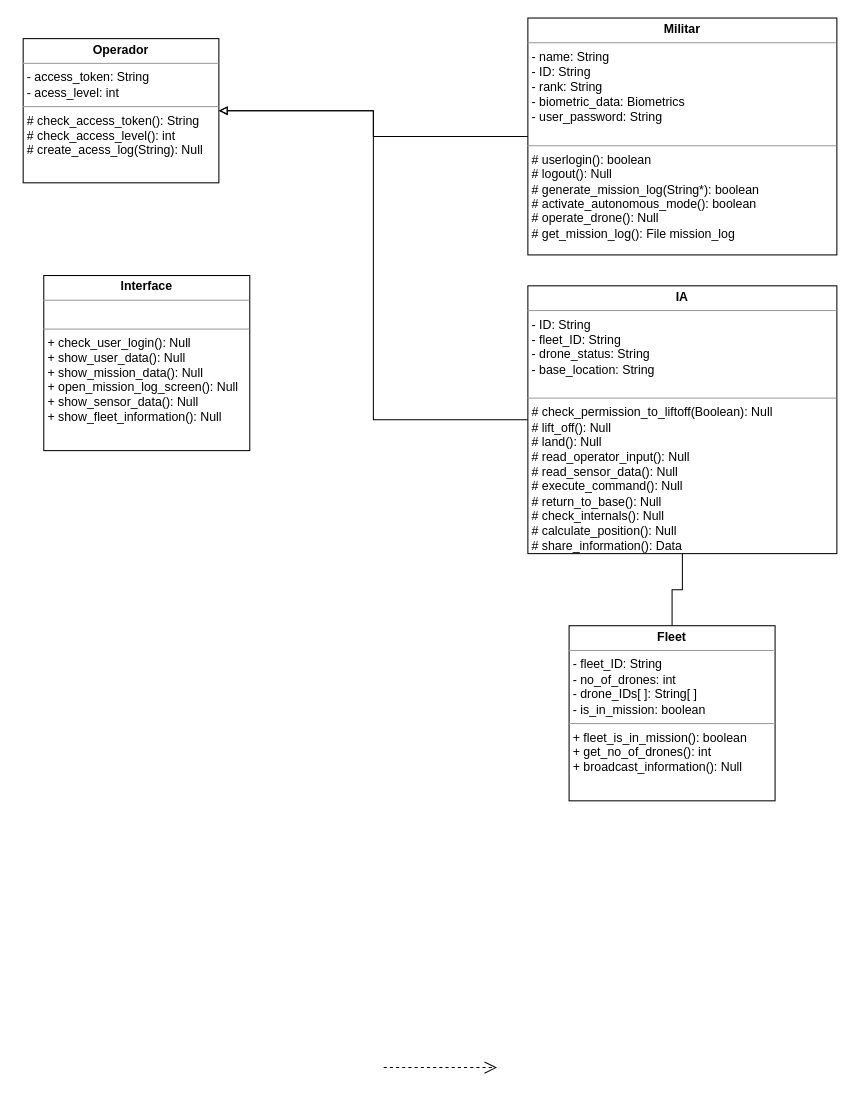
Above: docs/imgs/diagClasses.drawio in GrupoMicroondas/UML-Classroom-FCI (draw.io), before the change. Source tidied: cells renumbered, new cells numbered last; positions are measured from the earlier drawing's top-left corner, leaving out a move shared by most shapes. Both pictures are drawn from the tidied source at 103%, with x=0, y=0 at pixel (23, 18).
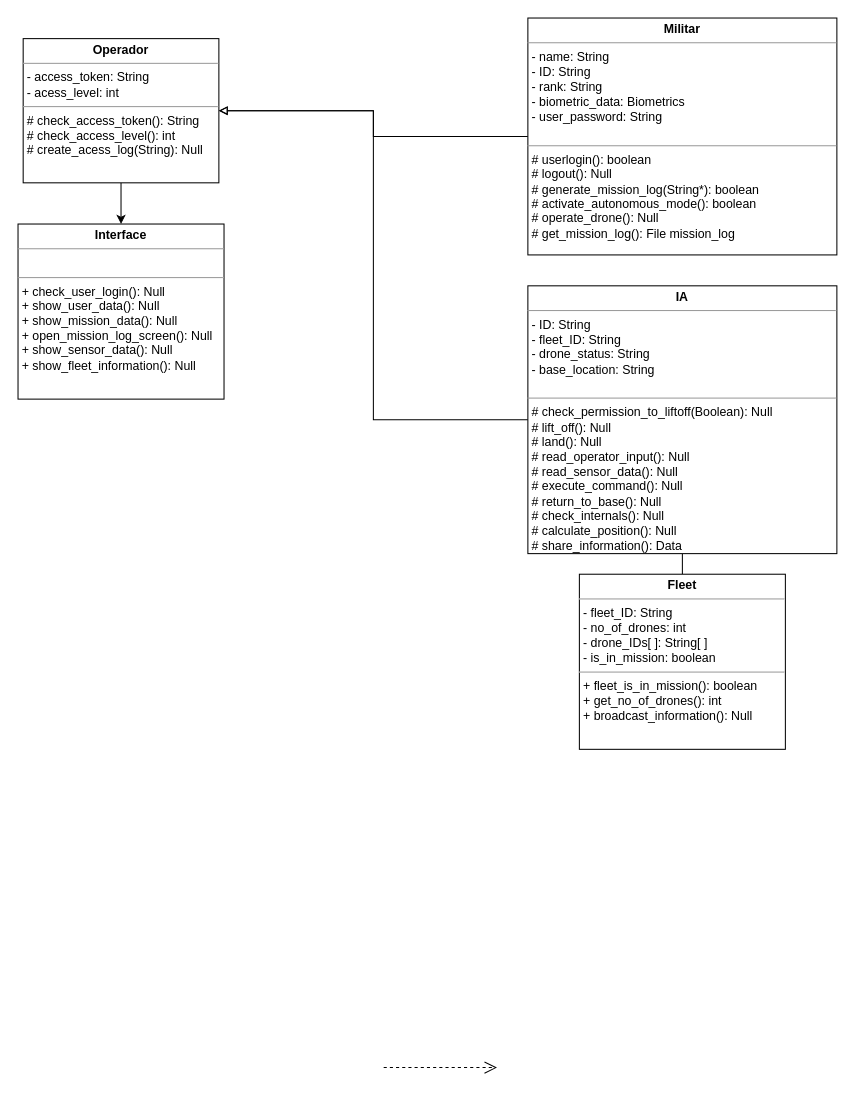
After the change.

Diff of the diagram source:
```diff
@@
 <mxGraphModel>
   <root>
     <mxCell id="0" />
     <mxCell id="1" parent="0" />
     <mxCell id="2" style="edgeStyle=orthogonalEdgeStyle;rounded=0;html=1;dashed=1;labelBackgroundColor=none;startFill=0;endArrow=open;endFill=0;endSize=10;fontFamily=Verdana;fontSize=10;" parent="1" edge="1">
       <mxGeometry relative="1" as="geometry">
         <mxPoint x="350" y="1019" as="sourcePoint" />
         <mxPoint x="460" y="1019" as="targetPoint" />
         <Array as="points">
           <mxPoint x="380" y="1019" />
           <mxPoint x="380" y="1019" />
         </Array>
       </mxGeometry>
     </mxCell>
+    <mxCell id="11" style="edgeStyle=orthogonalEdgeStyle;rounded=0;jettySize=auto;html=1;exitX=0.5;exitY=1;exitDx=0;exitDy=0;" parent="1" edge="1" source="3" target="9">
+      <mxGeometry relative="1" as="geometry" />
+    </mxCell>
     <mxCell id="3" value="&lt;p style=&quot;margin:0px;margin-top:4px;text-align:center;&quot;&gt;&lt;b&gt;Operador&lt;/b&gt;&lt;/p&gt;&lt;hr size=&quot;1&quot;&gt;&lt;p style=&quot;margin:0px;margin-left:4px;&quot;&gt;- access_token: String&lt;br&gt;- acess_level: int&lt;/p&gt;&lt;hr size=&quot;1&quot;&gt;&lt;p style=&quot;margin:0px;margin-left:4px;&quot;&gt;# check_access_token(): String&lt;/p&gt;&lt;p style=&quot;margin:0px;margin-left:4px;&quot;&gt;# check_access_level(): int&lt;/p&gt;&lt;p style=&quot;margin:0px;margin-left:4px;&quot;&gt;# create_acess_log(String): Null&lt;/p&gt;" style="verticalAlign=top;align=left;overflow=fill;fontSize=12;fontFamily=Helvetica;html=1;rounded=0;shadow=0;comic=0;labelBackgroundColor=none;strokeWidth=1;" parent="1" vertex="1">
       <mxGeometry y="20" width="190" height="140" as="geometry" />
     </mxCell>
     <mxCell id="4" style="edgeStyle=orthogonalEdgeStyle;rounded=0;jettySize=auto;html=1;exitX=0;exitY=0.5;exitDx=0;exitDy=0;entryX=1;entryY=0.5;entryDx=0;entryDy=0;endArrow=block;endFill=0;" parent="1" edge="1" source="5" target="3">
       <mxGeometry relative="1" as="geometry" />
     </mxCell>
     <mxCell id="5" value="&lt;p style=&quot;margin:0px;margin-top:4px;text-align:center;&quot;&gt;&lt;b&gt;Militar&lt;/b&gt;&lt;/p&gt;&lt;hr size=&quot;1&quot;&gt;&lt;p style=&quot;margin:0px;margin-left:4px;&quot;&gt;- name: String&lt;/p&gt;&lt;p style=&quot;margin:0px;margin-left:4px;&quot;&gt;- ID: String&lt;/p&gt;&lt;p style=&quot;margin:0px;margin-left:4px;&quot;&gt;- rank: String&lt;/p&gt;&lt;p style=&quot;margin:0px;margin-left:4px;&quot;&gt;- biometric_data: Biometrics&lt;/p&gt;&lt;p style=&quot;margin:0px;margin-left:4px;&quot;&gt;- user_password: String&lt;/p&gt;&lt;p style=&quot;margin:0px;margin-left:4px;&quot;&gt;&lt;br&gt;&lt;/p&gt;&lt;hr size=&quot;1&quot;&gt;&lt;p style=&quot;margin:0px;margin-left:4px;&quot;&gt;# userlogin(): boolean&lt;/p&gt;&lt;p style=&quot;margin:0px;margin-left:4px;&quot;&gt;# logout(): Null&lt;/p&gt;&lt;p style=&quot;margin:0px;margin-left:4px;&quot;&gt;# generate_mission_log(String*): boolean&lt;/p&gt;&lt;p style=&quot;margin:0px;margin-left:4px;&quot;&gt;# activate_autonomous_mode(): boolean&lt;/p&gt;&lt;p style=&quot;margin:0px;margin-left:4px;&quot;&gt;# operate_drone(): Null&lt;/p&gt;&lt;p style=&quot;margin:0px;margin-left:4px;&quot;&gt;# get_mission_log(): File mission_log&lt;/p&gt;&lt;p style=&quot;margin:0px;margin-left:4px;&quot;&gt;&lt;br&gt;&lt;/p&gt;" style="verticalAlign=top;align=left;overflow=fill;fontSize=12;fontFamily=Helvetica;html=1;rounded=0;shadow=0;comic=0;labelBackgroundColor=none;strokeWidth=1;" parent="1" vertex="1">
       <mxGeometry x="490" width="300" height="230" as="geometry" />
     </mxCell>
     <mxCell id="6" style="edgeStyle=orthogonalEdgeStyle;rounded=0;jettySize=auto;html=1;exitX=0;exitY=0.5;exitDx=0;exitDy=0;endArrow=block;endFill=0;" parent="1" edge="1" source="8">
       <mxGeometry relative="1" as="geometry">
         <mxPoint x="190" y="90" as="targetPoint" />
         <Array as="points">
           <mxPoint x="340" y="390" />
           <mxPoint x="340" y="90" />
         </Array>
       </mxGeometry>
     </mxCell>
     <mxCell id="7" style="edgeStyle=orthogonalEdgeStyle;rounded=0;jettySize=auto;html=1;exitX=0.5;exitY=1;exitDx=0;exitDy=0;endArrow=none;startFill=0;" parent="1" edge="1" source="8" target="10">
       <mxGeometry relative="1" as="geometry" />
     </mxCell>
     <mxCell id="8" value="&lt;p style=&quot;margin:0px;margin-top:4px;text-align:center;&quot;&gt;&lt;b&gt;IA&lt;/b&gt;&lt;/p&gt;&lt;hr size=&quot;1&quot;&gt;&lt;p style=&quot;margin:0px;margin-left:4px;&quot;&gt;- ID: String&lt;/p&gt;&lt;p style=&quot;margin:0px;margin-left:4px;&quot;&gt;- fleet_ID: String&lt;/p&gt;&lt;p style=&quot;margin:0px;margin-left:4px;&quot;&gt;- drone_status: String&lt;/p&gt;&lt;p style=&quot;margin:0px;margin-left:4px;&quot;&gt;- base_location: String&lt;/p&gt;&lt;p style=&quot;margin:0px;margin-left:4px;&quot;&gt;&lt;br&gt;&lt;/p&gt;&lt;hr size=&quot;1&quot;&gt;&lt;p style=&quot;margin:0px;margin-left:4px;&quot;&gt;# check_permission_to_liftoff(Boolean): Null&lt;/p&gt;&lt;p style=&quot;margin:0px;margin-left:4px;&quot;&gt;# lift_off(): Null&lt;/p&gt;&lt;p style=&quot;margin:0px;margin-left:4px;&quot;&gt;# land(): Null&lt;/p&gt;&lt;p style=&quot;margin:0px;margin-left:4px;&quot;&gt;# read_operator_input(): Null&lt;/p&gt;&lt;p style=&quot;margin:0px;margin-left:4px;&quot;&gt;# read_sensor_data(): Null&lt;/p&gt;&lt;p style=&quot;margin:0px;margin-left:4px;&quot;&gt;# execute_command(): Null&lt;/p&gt;&lt;p style=&quot;margin:0px;margin-left:4px;&quot;&gt;# return_to_base(): Null&lt;/p&gt;&lt;p style=&quot;margin:0px;margin-left:4px;&quot;&gt;# check_internals(): Null&lt;/p&gt;&lt;p style=&quot;margin:0px;margin-left:4px;&quot;&gt;# calculate_position(): Null&lt;/p&gt;&lt;p style=&quot;margin:0px;margin-left:4px;&quot;&gt;# share_information(): Data&lt;/p&gt;" style="verticalAlign=top;align=left;overflow=fill;fontSize=12;fontFamily=Helvetica;html=1;rounded=0;shadow=0;comic=0;labelBackgroundColor=none;strokeWidth=1;" parent="1" vertex="1">
       <mxGeometry x="490" y="260" width="300" height="260" as="geometry" />
     </mxCell>
     <mxCell id="9" value="&lt;p style=&quot;margin:0px;margin-top:4px;text-align:center;&quot;&gt;&lt;b&gt;Interface&lt;/b&gt;&lt;/p&gt;&lt;hr size=&quot;1&quot;&gt;&lt;p style=&quot;margin:0px;margin-left:4px;&quot;&gt;&lt;br&gt;&lt;/p&gt;&lt;hr size=&quot;1&quot;&gt;&lt;p style=&quot;margin:0px;margin-left:4px;&quot;&gt;+ check_user_login(): Null&lt;/p&gt;&lt;p style=&quot;margin:0px;margin-left:4px;&quot;&gt;+ show_user_data(): Null&lt;/p&gt;&lt;p style=&quot;margin:0px;margin-left:4px;&quot;&gt;+ show_mission_data(): Null&lt;/p&gt;&lt;p style=&quot;margin:0px;margin-left:4px;&quot;&gt;+ open_mission_log_screen(): Null&lt;/p&gt;&lt;p style=&quot;margin:0px;margin-left:4px;&quot;&gt;+ show_sensor_data(): Null&lt;/p&gt;&lt;p style=&quot;margin:0px;margin-left:4px;&quot;&gt;+ show_fleet_information(): Null&lt;/p&gt;" style="verticalAlign=top;align=left;overflow=fill;fontSize=12;fontFamily=Helvetica;html=1;rounded=0;shadow=0;comic=0;labelBackgroundColor=none;strokeWidth=1;" parent="1" vertex="1">
-      <mxGeometry x="20" y="250" width="200" height="170" as="geometry" />
+      <mxGeometry x="-5" y="200" width="200" height="170" as="geometry" />
     </mxCell>
     <mxCell id="10" value="&lt;p style=&quot;margin:0px;margin-top:4px;text-align:center;&quot;&gt;&lt;b&gt;Fleet&lt;/b&gt;&lt;/p&gt;&lt;hr size=&quot;1&quot;&gt;&lt;p style=&quot;margin:0px;margin-left:4px;&quot;&gt;- fleet_ID: String&lt;/p&gt;&lt;p style=&quot;margin:0px;margin-left:4px;&quot;&gt;- no_of_drones: int&lt;/p&gt;&lt;p style=&quot;margin:0px;margin-left:4px;&quot;&gt;- drone_IDs[ ]: String[ ]&lt;/p&gt;&lt;p style=&quot;margin:0px;margin-left:4px;&quot;&gt;- is_in_mission: boolean&lt;/p&gt;&lt;hr size=&quot;1&quot;&gt;&lt;p style=&quot;margin:0px;margin-left:4px;&quot;&gt;+ fleet_is_in_mission(): boolean&lt;/p&gt;&lt;p style=&quot;margin:0px;margin-left:4px;&quot;&gt;+ get_no_of_drones(): int&lt;/p&gt;&lt;p style=&quot;margin:0px;margin-left:4px;&quot;&gt;+ broadcast_information(): Null&lt;/p&gt;" style="verticalAlign=top;align=left;overflow=fill;fontSize=12;fontFamily=Helvetica;html=1;rounded=0;shadow=0;comic=0;labelBackgroundColor=none;strokeWidth=1;" parent="1" vertex="1">
-      <mxGeometry x="530" y="590" width="200" height="170" as="geometry" />
+      <mxGeometry x="540" y="540" width="200" height="170" as="geometry" />
     </mxCell>
   </root>
 </mxGraphModel>
```
